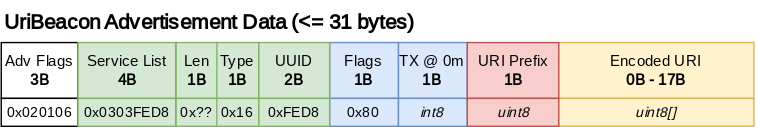
The draw.io diagram slides/iot2023/images/uribeacon.svg in SemBeacon/sembeacon.org, before a commit. Source tidied: cells renumbered, new cells last; positions are measured from the earlier drawing's top-left corner, leaving out a move shared by most shapes. The source it was exported from:
```xml
<mxGraphModel>
  <root>
    <mxCell id="0" />
    <mxCell id="1" parent="0" />
    <mxCell id="2" value="UriBeacon Advertisement Data (&amp;lt;= 31 bytes)" style="text;html=1;strokeColor=none;fillColor=none;align=left;verticalAlign=middle;whiteSpace=wrap;rounded=0;fontFamily=Inconsolata;fontSource=https%3A%2F%2Ffonts.googleapis.com%2Fcss%3Ffamily%3DInconsolata;fontStyle=1;fontSize=15;" parent="1" vertex="1">
      <mxGeometry x="-0.3" width="450" height="30" as="geometry" />
    </mxCell>
    <mxCell id="3" value="&lt;span style=&quot;font-size: 11px;&quot;&gt;Flags&lt;br&gt;&lt;/span&gt;&lt;b style=&quot;font-size: 11px;&quot;&gt;1B&lt;/b&gt;" style="rounded=0;whiteSpace=wrap;html=1;fontFamily=Inconsolata;fontSource=https%3A%2F%2Ffonts.googleapis.com%2Fcss%3Ffamily%3DInconsolata;fontSize=11;fillColor=#dae8fc;strokeColor=#6c8ebf;" parent="1" vertex="1">
      <mxGeometry x="235" y="30" width="49.3" height="40" as="geometry" />
    </mxCell>
    <mxCell id="4" value="0x80" style="rounded=0;whiteSpace=wrap;html=1;fontFamily=Inconsolata;fontSource=https%3A%2F%2Ffonts.googleapis.com%2Fcss%3Ffamily%3DInconsolata;fontSize=10;fillColor=#dae8fc;strokeColor=#6c8ebf;" parent="1" vertex="1">
      <mxGeometry x="235" y="70" width="49.3" height="20" as="geometry" />
    </mxCell>
    <mxCell id="5" value="TX @ 0m&lt;br&gt;&lt;b&gt;1B&lt;/b&gt;" style="rounded=0;whiteSpace=wrap;html=1;fontFamily=Inconsolata;fontSource=https%3A%2F%2Ffonts.googleapis.com%2Fcss%3Ffamily%3DInconsolata;fontSize=11;fillColor=#dae8fc;strokeColor=#6c8ebf;" parent="1" vertex="1">
      <mxGeometry x="284.3" y="30" width="49.3" height="40" as="geometry" />
    </mxCell>
    <mxCell id="6" value="int8" style="rounded=0;whiteSpace=wrap;html=1;fontFamily=Inconsolata;fontSource=https%3A%2F%2Ffonts.googleapis.com%2Fcss%3Ffamily%3DInconsolata;fontSize=10;fillColor=#dae8fc;strokeColor=#6c8ebf;fontStyle=2;" parent="1" vertex="1">
      <mxGeometry x="284.3" y="70" width="49.3" height="20" as="geometry" />
    </mxCell>
    <mxCell id="7" value="Encoded URI&lt;br&gt;&lt;b&gt;0B - 17B&lt;/b&gt;" style="rounded=0;whiteSpace=wrap;html=1;fontFamily=Inconsolata;fontSource=https%3A%2F%2Ffonts.googleapis.com%2Fcss%3Ffamily%3DInconsolata;fontSize=11;fillColor=#fff2cc;strokeColor=#d6b656;" parent="1" vertex="1">
      <mxGeometry x="399" y="30" width="140" height="40" as="geometry" />
    </mxCell>
    <mxCell id="8" value="uint8[]" style="rounded=0;whiteSpace=wrap;html=1;fontFamily=Inconsolata;fontSource=https%3A%2F%2Ffonts.googleapis.com%2Fcss%3Ffamily%3DInconsolata;fontSize=10;fillColor=#fff2cc;strokeColor=#d6b656;fontStyle=2;" parent="1" vertex="1">
      <mxGeometry x="399" y="70" width="140" height="20" as="geometry" />
    </mxCell>
    <mxCell id="9" value="UUID&lt;br&gt;&lt;b&gt;2B&lt;/b&gt;" style="rounded=0;whiteSpace=wrap;html=1;fontFamily=Inconsolata;fontSource=https%3A%2F%2Ffonts.googleapis.com%2Fcss%3Ffamily%3DInconsolata;fontSize=11;fillColor=#d5e8d4;strokeColor=#82b366;" parent="1" vertex="1">
      <mxGeometry x="184" y="30" width="51" height="40" as="geometry" />
    </mxCell>
    <mxCell id="10" value="0xFED8" style="rounded=0;whiteSpace=wrap;html=1;fontFamily=Inconsolata;fontSource=https%3A%2F%2Ffonts.googleapis.com%2Fcss%3Ffamily%3DInconsolata;fontSize=10;fillColor=#d5e8d4;strokeColor=#82b366;" parent="1" vertex="1">
      <mxGeometry x="184" y="70" width="51" height="20" as="geometry" />
    </mxCell>
    <mxCell id="11" value="Adv Flags&lt;br style=&quot;font-size: 11px;&quot;&gt;&lt;b style=&quot;font-size: 11px;&quot;&gt;3B&lt;/b&gt;" style="rounded=0;whiteSpace=wrap;html=1;fontFamily=Inconsolata;fontSource=https%3A%2F%2Ffonts.googleapis.com%2Fcss%3Ffamily%3DInconsolata;fontSize=11;" parent="1" vertex="1">
      <mxGeometry x="-0.3" y="30" width="55" height="40" as="geometry" />
    </mxCell>
    <mxCell id="12" value="0x020106" style="rounded=0;whiteSpace=wrap;html=1;fontFamily=Inconsolata;fontSource=https%3A%2F%2Ffonts.googleapis.com%2Fcss%3Ffamily%3DInconsolata;fontSize=10;" parent="1" vertex="1">
      <mxGeometry x="-0.3" y="70" width="55" height="20" as="geometry" />
    </mxCell>
    <mxCell id="13" value="Len&lt;br style=&quot;font-size: 11px;&quot;&gt;&lt;b style=&quot;font-size: 11px;&quot;&gt;1B&lt;/b&gt;" style="rounded=0;whiteSpace=wrap;html=1;fontFamily=Inconsolata;fontSource=https%3A%2F%2Ffonts.googleapis.com%2Fcss%3Ffamily%3DInconsolata;fontSize=11;fillColor=#d5e8d4;strokeColor=#82b366;" parent="1" vertex="1">
      <mxGeometry x="124.9" y="30" width="30" height="40" as="geometry" />
    </mxCell>
    <mxCell id="14" value="0x??" style="rounded=0;whiteSpace=wrap;html=1;fontFamily=Inconsolata;fontSource=https%3A%2F%2Ffonts.googleapis.com%2Fcss%3Ffamily%3DInconsolata;fontSize=10;fillColor=#d5e8d4;strokeColor=#82b366;" parent="1" vertex="1">
      <mxGeometry x="124.9" y="70" width="30" height="20" as="geometry" />
    </mxCell>
    <mxCell id="15" value="Type&lt;br style=&quot;font-size: 11px;&quot;&gt;&lt;b style=&quot;font-size: 11px;&quot;&gt;1B&lt;/b&gt;" style="rounded=0;whiteSpace=wrap;html=1;fontFamily=Inconsolata;fontSource=https%3A%2F%2Ffonts.googleapis.com%2Fcss%3Ffamily%3DInconsolata;fontSize=11;fillColor=#d5e8d4;strokeColor=#82b366;" parent="1" vertex="1">
      <mxGeometry x="154.2" y="30" width="30" height="40" as="geometry" />
    </mxCell>
    <mxCell id="16" value="0x16" style="rounded=0;whiteSpace=wrap;html=1;fontFamily=Inconsolata;fontSource=https%3A%2F%2Ffonts.googleapis.com%2Fcss%3Ffamily%3DInconsolata;fontSize=10;fillColor=#d5e8d4;strokeColor=#82b366;" parent="1" vertex="1">
      <mxGeometry x="154.2" y="70" width="30" height="20" as="geometry" />
    </mxCell>
    <mxCell id="17" value="&lt;span style=&quot;font-size: 11px;&quot;&gt;Service List&lt;br&gt;&lt;/span&gt;&lt;b style=&quot;font-size: 11px;&quot;&gt;4B&lt;/b&gt;" style="rounded=0;whiteSpace=wrap;html=1;fontFamily=Inconsolata;fontSource=https%3A%2F%2Ffonts.googleapis.com%2Fcss%3Ffamily%3DInconsolata;fontSize=11;fillColor=#d5e8d4;strokeColor=#82b366;" parent="1" vertex="1">
      <mxGeometry x="54.7" y="30" width="70" height="40" as="geometry" />
    </mxCell>
    <mxCell id="18" value="0x0303FED8" style="rounded=0;whiteSpace=wrap;html=1;fontFamily=Inconsolata;fontSource=https%3A%2F%2Ffonts.googleapis.com%2Fcss%3Ffamily%3DInconsolata;fontSize=10;fillColor=#d5e8d4;strokeColor=#82b366;" parent="1" vertex="1">
      <mxGeometry x="54.7" y="70" width="70" height="20" as="geometry" />
    </mxCell>
    <mxCell id="19" value="URI Prefix&lt;br&gt;&lt;b&gt;1B&lt;/b&gt;" style="rounded=0;whiteSpace=wrap;html=1;fontFamily=Inconsolata;fontSource=https%3A%2F%2Ffonts.googleapis.com%2Fcss%3Ffamily%3DInconsolata;fontSize=11;fillColor=#f8cecc;strokeColor=#b85450;" parent="1" vertex="1">
      <mxGeometry x="333.6" y="30" width="65.5" height="40" as="geometry" />
    </mxCell>
    <mxCell id="20" value="uint8" style="rounded=0;whiteSpace=wrap;html=1;fontFamily=Inconsolata;fontSource=https%3A%2F%2Ffonts.googleapis.com%2Fcss%3Ffamily%3DInconsolata;fontSize=10;fillColor=#f8cecc;strokeColor=#b85450;fontStyle=2;" parent="1" vertex="1">
      <mxGeometry x="333.6" y="70" width="65.5" height="20" as="geometry" />
    </mxCell>
  </root>
</mxGraphModel>
```
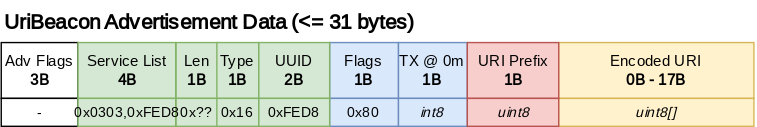
After the commit.

Change to the diagram source:
```diff
@@ -32,7 +32,7 @@
     <mxCell id="11" value="Adv Flags&lt;br style=&quot;font-size: 11px;&quot;&gt;&lt;b style=&quot;font-size: 11px;&quot;&gt;3B&lt;/b&gt;" style="rounded=0;whiteSpace=wrap;html=1;fontFamily=Inconsolata;fontSource=https%3A%2F%2Ffonts.googleapis.com%2Fcss%3Ffamily%3DInconsolata;fontSize=11;" parent="1" vertex="1">
       <mxGeometry x="-0.3" y="30" width="55" height="40" as="geometry" />
     </mxCell>
-    <mxCell id="12" value="0x020106" style="rounded=0;whiteSpace=wrap;html=1;fontFamily=Inconsolata;fontSource=https%3A%2F%2Ffonts.googleapis.com%2Fcss%3Ffamily%3DInconsolata;fontSize=10;" parent="1" vertex="1">
+    <mxCell id="12" value="-" style="rounded=0;whiteSpace=wrap;html=1;fontFamily=Inconsolata;fontSource=https%3A%2F%2Ffonts.googleapis.com%2Fcss%3Ffamily%3DInconsolata;fontSize=10;" parent="1" vertex="1">
       <mxGeometry x="-0.3" y="70" width="55" height="20" as="geometry" />
     </mxCell>
     <mxCell id="13" value="Len&lt;br style=&quot;font-size: 11px;&quot;&gt;&lt;b style=&quot;font-size: 11px;&quot;&gt;1B&lt;/b&gt;" style="rounded=0;whiteSpace=wrap;html=1;fontFamily=Inconsolata;fontSource=https%3A%2F%2Ffonts.googleapis.com%2Fcss%3Ffamily%3DInconsolata;fontSize=11;fillColor=#d5e8d4;strokeColor=#82b366;" parent="1" vertex="1">
@@ -50,7 +50,7 @@
     <mxCell id="17" value="&lt;span style=&quot;font-size: 11px;&quot;&gt;Service List&lt;br&gt;&lt;/span&gt;&lt;b style=&quot;font-size: 11px;&quot;&gt;4B&lt;/b&gt;" style="rounded=0;whiteSpace=wrap;html=1;fontFamily=Inconsolata;fontSource=https%3A%2F%2Ffonts.googleapis.com%2Fcss%3Ffamily%3DInconsolata;fontSize=11;fillColor=#d5e8d4;strokeColor=#82b366;" parent="1" vertex="1">
       <mxGeometry x="54.7" y="30" width="70" height="40" as="geometry" />
     </mxCell>
-    <mxCell id="18" value="0x0303FED8" style="rounded=0;whiteSpace=wrap;html=1;fontFamily=Inconsolata;fontSource=https%3A%2F%2Ffonts.googleapis.com%2Fcss%3Ffamily%3DInconsolata;fontSize=10;fillColor=#d5e8d4;strokeColor=#82b366;" parent="1" vertex="1">
+    <mxCell id="18" value="0x0303,0xFED8" style="rounded=0;whiteSpace=wrap;html=1;fontFamily=Inconsolata;fontSource=https%3A%2F%2Ffonts.googleapis.com%2Fcss%3Ffamily%3DInconsolata;fontSize=10;fillColor=#d5e8d4;strokeColor=#82b366;" parent="1" vertex="1">
       <mxGeometry x="54.7" y="70" width="70" height="20" as="geometry" />
     </mxCell>
     <mxCell id="19" value="URI Prefix&lt;br&gt;&lt;b&gt;1B&lt;/b&gt;" style="rounded=0;whiteSpace=wrap;html=1;fontFamily=Inconsolata;fontSource=https%3A%2F%2Ffonts.googleapis.com%2Fcss%3Ffamily%3DInconsolata;fontSize=11;fillColor=#f8cecc;strokeColor=#b85450;" parent="1" vertex="1">
```
